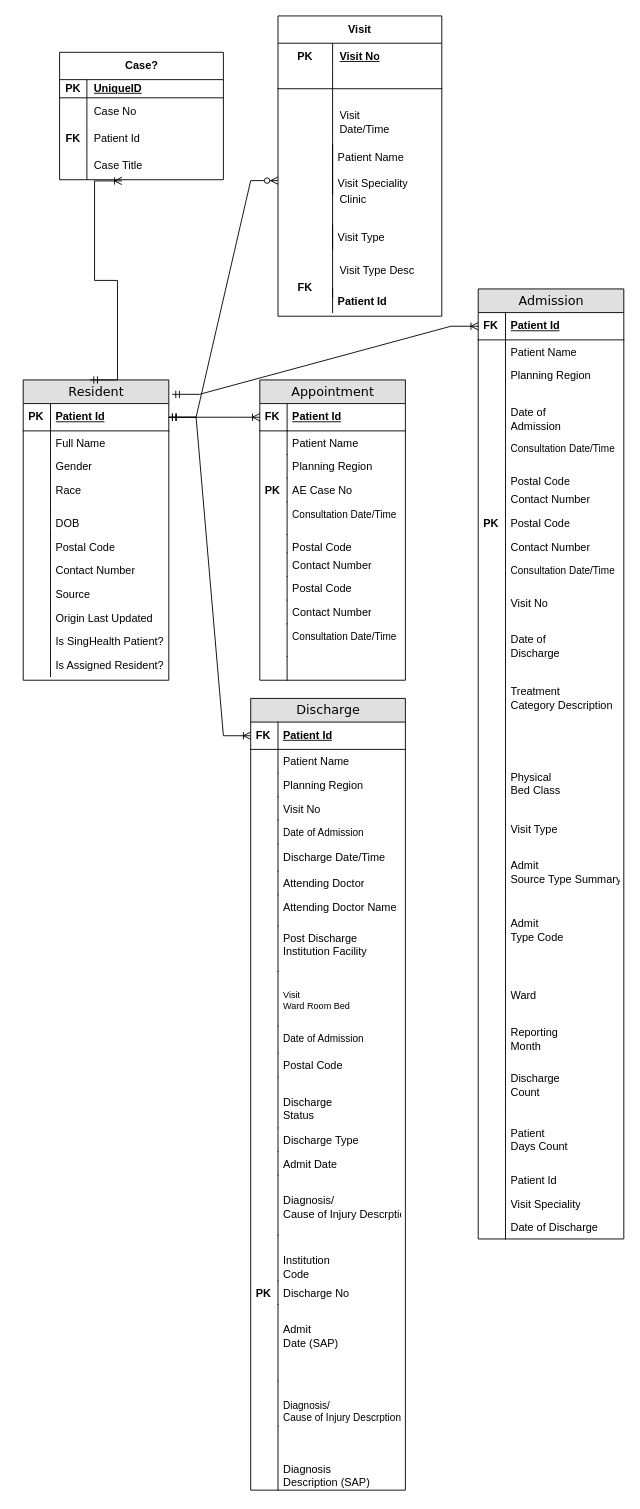
This is Design/eHints Entity Relationship Test.drawio from pavanmanideep/Tools, a draw.io file, before an edit. Source tidied: cells renumbered, new cells numbered last; positions are measured from the earlier drawing's top-left corner, leaving out a move shared by most shapes. Both pictures are drawn from the tidied source at 91%, with x=0, y=0 at pixel (23, 15).
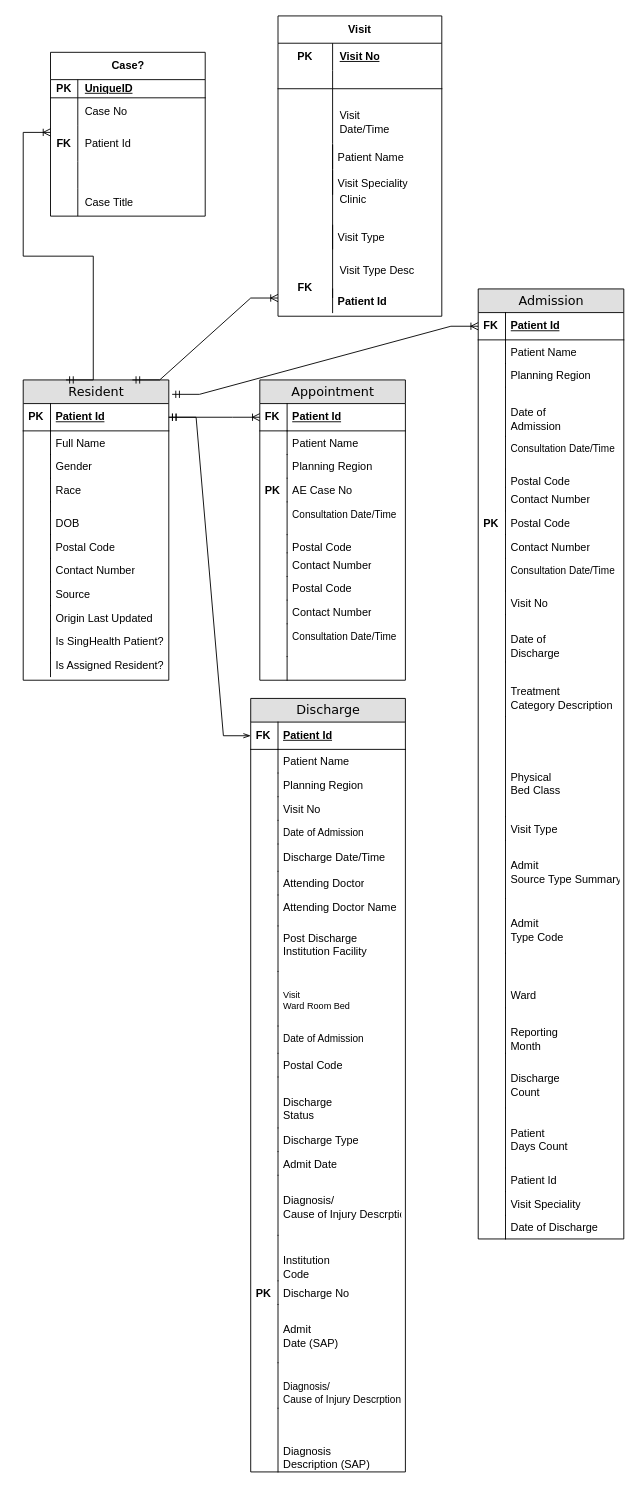
The same diagram, later.

Unchanged cells that the change refers to:
```xml
<mxCell id="2" value="Resident" style="swimlane;html=1;fontStyle=0;horizontal=1;startSize=26;fillColor=#e0e0e0;swimlaneFillColor=#ffffff;align=center;rounded=0;shadow=0;comic=0;labelBackgroundColor=none;strokeWidth=1;fontFamily=Verdana;fontSize=14;" parent="1" vertex="1">
  <mxGeometry y="400" width="160" height="330" as="geometry" />
</mxCell>
<mxCell id="3" value="Patient Id" style="shape=partialRectangle;top=0;left=0;right=0;bottom=1;html=1;align=left;verticalAlign=middle;fillColor=none;spacingLeft=34;spacingRight=4;whiteSpace=wrap;overflow=hidden;points=[[0,0.5],[1,0.5]];portConstraint=eastwest;fontStyle=5;" parent="2" vertex="1">
  <mxGeometry y="26" width="160" height="30" as="geometry" />
</mxCell>
<mxCell id="51" value="Patient Id" style="shape=partialRectangle;top=0;left=0;right=0;bottom=1;html=1;align=left;verticalAlign=middle;fillColor=none;spacingLeft=34;spacingRight=4;whiteSpace=wrap;overflow=hidden;points=[[0,0.5],[1,0.5]];portConstraint=eastwest;fontStyle=5;" parent="50" vertex="1">
  <mxGeometry y="26" width="170" height="30" as="geometry" />
</mxCell>
```

What changed in the source:
```diff
@@
     <mxCell id="50" value="Discharge" style="swimlane;html=1;fontStyle=0;horizontal=1;startSize=26;fillColor=#e0e0e0;swimlaneFillColor=#ffffff;align=center;rounded=0;shadow=0;comic=0;labelBackgroundColor=none;strokeWidth=1;fontFamily=Verdana;fontSize=14;" parent="1" vertex="1">
-      <mxGeometry x="250" y="750" width="170" height="870" as="geometry" />
+      <mxGeometry x="250" y="750" width="170" height="850" as="geometry" />
     </mxCell>
@@
     <mxCell id="87" value="&lt;table style=&quot;border-collapse:&lt;br/&gt; collapse;width:179pt&quot; width=&quot;238&quot; cellspacing=&quot;0&quot; cellpadding=&quot;0&quot; border=&quot;0&quot;&gt;&lt;tbody&gt;&lt;tr style=&quot;height:14.5pt&quot; height=&quot;19&quot;&gt;&lt;br/&gt;  &lt;td style=&quot;height:14.5pt;width:179pt&quot; width=&quot;238&quot; class=&quot;xl65&quot; height=&quot;19&quot;&gt;Admit&lt;br/&gt;  Date (SAP)&lt;/td&gt;&lt;/tr&gt;&lt;/tbody&gt;&lt;/table&gt;" style="shape=partialRectangle;top=0;left=0;right=0;bottom=0;html=1;align=left;verticalAlign=top;fillColor=none;spacingLeft=34;spacingRight=4;whiteSpace=wrap;overflow=hidden;" parent="50" vertex="1">
-      <mxGeometry y="666" width="170" height="84" as="geometry" />
+      <mxGeometry y="666" width="170" height="64" as="geometry" />
     </mxCell>
     <mxCell id="88" style="shape=partialRectangle;top=0;left=0;bottom=0;html=1;fillColor=none;align=left;verticalAlign=top;spacingLeft=4;spacingRight=4;whiteSpace=wrap;overflow=hidden;" parent="87" vertex="1">
-      <mxGeometry width="30" height="84" as="geometry" />
+      <mxGeometry width="30" height="64" as="geometry" />
     </mxCell>
     <mxCell id="89" value="&lt;font style=&quot;font-size: 11px;&quot;&gt;&lt;br&gt;&lt;/font&gt;&lt;table style=&quot;width: 179pt; font-size: 11px;&quot; width=&quot;238&quot; cellspacing=&quot;0&quot; cellpadding=&quot;0&quot; border=&quot;0&quot;&gt;&lt;tbody&gt;&lt;tr style=&quot;height:14.5pt&quot; height=&quot;19&quot;&gt;  &lt;td style=&quot;height:14.5pt;width:179pt&quot; width=&quot;238&quot; class=&quot;xl65&quot; height=&quot;19&quot;&gt;&lt;font style=&quot;font-size: 11px;&quot;&gt;Diagnosis/&lt;br&gt;  Cause of Injury Descrption&lt;/font&gt;&lt;/td&gt;&lt;/tr&gt;&lt;/tbody&gt;&lt;/table&gt;&lt;table style=&quot;width: 179pt; font-size: 11px;&quot; width=&quot;238&quot; cellspacing=&quot;0&quot; cellpadding=&quot;0&quot; border=&quot;0&quot;&gt;&lt;tbody&gt;&lt;tr style=&quot;height:14.5pt&quot; height=&quot;19&quot;&gt;&lt;td style=&quot;height:14.5pt;width:179pt&quot; width=&quot;238&quot; class=&quot;xl65&quot; height=&quot;19&quot;&gt;&lt;/td&gt;&lt;/tr&gt;&lt;/tbody&gt;&lt;/table&gt;" style="shape=partialRectangle;top=0;left=0;right=0;bottom=0;html=1;align=left;verticalAlign=top;fillColor=none;spacingLeft=34;spacingRight=4;whiteSpace=wrap;overflow=hidden;" parent="50" vertex="1">
-      <mxGeometry y="750" width="170" height="50" as="geometry" />
+      <mxGeometry y="730" width="170" height="50" as="geometry" />
     </mxCell>
@@
     <mxCell id="91" value="&lt;table style=&quot;border-collapse:&lt;br/&gt; collapse;width:179pt&quot; width=&quot;238&quot; cellspacing=&quot;0&quot; cellpadding=&quot;0&quot; border=&quot;0&quot;&gt;&lt;tbody&gt;&lt;tr style=&quot;height:14.5pt&quot; height=&quot;19&quot;&gt;&lt;td style=&quot;height:14.5pt;width:179pt&quot; width=&quot;238&quot; class=&quot;xl65&quot; height=&quot;19&quot;&gt;&lt;/td&gt;&lt;/tr&gt;&lt;/tbody&gt;&lt;/table&gt;&lt;table style=&quot;border-collapse:&lt;br/&gt; collapse;width:179pt&quot; width=&quot;238&quot; cellspacing=&quot;0&quot; cellpadding=&quot;0&quot; border=&quot;0&quot;&gt;&lt;tbody&gt;&lt;tr style=&quot;height:14.5pt&quot; height=&quot;19&quot;&gt;&lt;br/&gt;  &lt;td style=&quot;height:14.5pt;width:179pt&quot; width=&quot;238&quot; class=&quot;xl65&quot; height=&quot;19&quot;&gt;Diagnosis&lt;br/&gt;  Description (SAP)&lt;/td&gt;&lt;/tr&gt;&lt;/tbody&gt;&lt;/table&gt;" style="shape=partialRectangle;top=0;left=0;right=0;bottom=0;html=1;align=left;verticalAlign=top;fillColor=none;spacingLeft=34;spacingRight=4;whiteSpace=wrap;overflow=hidden;" parent="50" vertex="1">
-      <mxGeometry y="800" width="170" height="70" as="geometry" />
+      <mxGeometry y="780" width="170" height="70" as="geometry" />
     </mxCell>
@@
-    <mxCell id="93" style="edgeStyle=entityRelationEdgeStyle;fontSize=12;html=1;endArrow=ERzeroToMany;startArrow=ERmandOne;rounded=0;entryX=0;entryY=0.5;entryDx=0;entryDy=0;" parent="1" edge="1" source="3">
-      <mxGeometry relative="1" as="geometry">
-        <mxPoint x="280" y="181" as="targetPoint" />
-      </mxGeometry>
-    </mxCell>
@@
-    <mxCell id="95" style="edgeStyle=entityRelationEdgeStyle;fontSize=12;html=1;endArrow=ERoneToMany;startArrow=ERmandOne;rounded=0;exitX=1;exitY=0.5;exitDx=0;exitDy=0;entryX=0;entryY=0.5;entryDx=0;entryDy=0;" parent="1" edge="1" source="3" target="51">
+    <mxCell id="95" style="edgeStyle=entityRelationEdgeStyle;fontSize=12;html=1;endArrow=openThin;startArrow=ERmandOne;rounded=0;exitX=1;exitY=0.5;exitDx=0;exitDy=0;entryX=0;entryY=0.5;entryDx=0;entryDy=0;endFill=0;startFill=0;" parent="1" edge="1" source="3" target="51">
       <mxGeometry relative="1" as="geometry" />
     </mxCell>
@@
     <mxCell id="170" value="Case?" style="shape=table;startSize=30;childLayout=tableLayout;rowLines=0;fontStyle=1;align=center;html=1;" parent="1" vertex="1">
-      <mxGeometry x="40" y="40" width="180" height="140" as="geometry" />
+      <mxGeometry x="30" y="40" width="170" height="180" as="geometry" />
     </mxCell>
     <mxCell id="171" style="shape=tableRow;horizontal=0;startSize=0;swimlaneHead=0;swimlaneBody=0;fillColor=none;top=0;left=0;right=0;bottom=1;" parent="170" vertex="1">
-      <mxGeometry y="30" width="180" height="20" as="geometry" />
+      <mxGeometry y="30" width="170" height="20" as="geometry" />
     </mxCell>
@@
     <mxCell id="173" value="UniqueID" style="shape=partialRectangle;fillColor=none;top=0;left=0;bottom=0;right=0;align=left;spacingLeft=6;fontStyle=5;overflow=hidden;whiteSpace=wrap;html=1;" parent="171" vertex="1">
-      <mxGeometry x="30" width="150" height="20" as="geometry" />
+      <mxGeometry x="30" width="140" height="20" as="geometry" />
     </mxCell>
     <mxCell id="174" style="shape=tableRow;horizontal=0;startSize=0;swimlaneHead=0;swimlaneBody=0;fillColor=none;top=0;left=0;right=0;bottom=0;" parent="170" vertex="1">
-      <mxGeometry y="50" width="180" height="30" as="geometry" />
+      <mxGeometry y="50" width="170" height="30" as="geometry" />
     </mxCell>
@@
     <mxCell id="176" value="Case No" style="shape=partialRectangle;fillColor=none;top=0;left=0;bottom=0;right=0;align=left;spacingLeft=6;overflow=hidden;whiteSpace=wrap;html=1;" parent="174" vertex="1">
-      <mxGeometry x="30" width="150" height="30" as="geometry" />
+      <mxGeometry x="30" width="140" height="30" as="geometry" />
     </mxCell>
+    <mxCell id="184" style="shape=tableRow;horizontal=0;startSize=0;swimlaneHead=0;swimlaneBody=0;fillColor=none;top=0;left=0;right=0;bottom=0;" parent="170" vertex="1">
+      <mxGeometry y="80" width="170" height="40" as="geometry" />
+    </mxCell>
+    <mxCell id="185" value="&lt;b&gt;FK&lt;/b&gt;" style="shape=partialRectangle;fillColor=none;top=0;left=0;bottom=0;right=0;overflow=hidden;whiteSpace=wrap;html=1;" parent="184" vertex="1">
+      <mxGeometry width="30" height="40" as="geometry" />
+    </mxCell>
+    <mxCell id="186" value="Patient Id" style="shape=partialRectangle;fillColor=none;top=0;left=0;bottom=0;right=0;align=left;spacingLeft=6;overflow=hidden;whiteSpace=wrap;html=1;" parent="184" vertex="1">
+      <mxGeometry x="30" width="140" height="40" as="geometry" />
+    </mxCell>
     <mxCell id="177" style="shape=tableRow;horizontal=0;startSize=0;swimlaneHead=0;swimlaneBody=0;fillColor=none;top=0;left=0;right=0;bottom=0;" parent="170" vertex="1">
-      <mxGeometry y="80" width="180" height="30" as="geometry" />
+      <mxGeometry y="120" width="170" height="30" as="geometry" />
     </mxCell>
-    <mxCell id="178" value="&lt;b&gt;FK&lt;/b&gt;" style="shape=partialRectangle;fillColor=none;top=0;left=0;bottom=0;right=0;overflow=hidden;whiteSpace=wrap;html=1;" parent="177" vertex="1">
+    <mxCell id="178" style="shape=partialRectangle;fillColor=none;top=0;left=0;bottom=0;right=0;overflow=hidden;whiteSpace=wrap;html=1;" parent="177" vertex="1">
       <mxGeometry width="30" height="30" as="geometry" />
     </mxCell>
-    <mxCell id="179" value="Patient Id" style="shape=partialRectangle;fillColor=none;top=0;left=0;bottom=0;right=0;align=left;spacingLeft=6;overflow=hidden;whiteSpace=wrap;html=1;" parent="177" vertex="1">
-      <mxGeometry x="30" width="150" height="30" as="geometry" />
+    <mxCell id="179" style="shape=partialRectangle;fillColor=none;top=0;left=0;bottom=0;right=0;align=left;spacingLeft=6;overflow=hidden;whiteSpace=wrap;html=1;" parent="177" vertex="1">
+      <mxGeometry x="30" width="140" height="30" as="geometry" />
     </mxCell>
     <mxCell id="180" style="shape=tableRow;horizontal=0;startSize=0;swimlaneHead=0;swimlaneBody=0;fillColor=none;points=[[0,0.5],[1,0.5]];portConstraint=eastwest;top=0;left=0;right=0;bottom=0;" parent="170" vertex="1">
-      <mxGeometry y="110" width="180" height="30" as="geometry" />
+      <mxGeometry y="150" width="170" height="30" as="geometry" />
     </mxCell>
@@
     <mxCell id="182" value="Case Title" style="shape=partialRectangle;fillColor=none;top=0;left=0;bottom=0;right=0;align=left;spacingLeft=6;overflow=hidden;whiteSpace=wrap;html=1;" parent="180" vertex="1">
-      <mxGeometry x="30" width="150" height="30" as="geometry" />
+      <mxGeometry x="30" width="140" height="30" as="geometry" />
     </mxCell>
-    <mxCell id="183" style="edgeStyle=entityRelationEdgeStyle;fontSize=12;html=1;endArrow=ERoneToMany;startArrow=ERmandOne;rounded=0;exitX=0.46;exitY=0;exitDx=0;exitDy=0;exitPerimeter=0;entryX=0.38;entryY=1.044;entryDx=0;entryDy=0;entryPerimeter=0;" parent="1" edge="1" source="2" target="180">
-      <mxGeometry relative="1" as="geometry">
-        <Array as="points">
-          <mxPoint x="60" y="390" />
-          <mxPoint x="120" y="240" />
-        </Array>
-      </mxGeometry>
-    </mxCell>
+    <mxCell id="187" style="edgeStyle=entityRelationEdgeStyle;fontSize=12;html=1;endArrow=ERoneToMany;startArrow=ERmandOne;rounded=0;" parent="1" edge="1">
+      <mxGeometry relative="1" as="geometry">
+        <mxPoint x="47" y="400" as="sourcePoint" />
+        <mxPoint x="30" y="128" as="targetPoint" />
+        <Array as="points">
+          <mxPoint x="45" y="393.3" />
+          <mxPoint y="268" />
+          <mxPoint y="248" />
+          <mxPoint x="10" y="188" />
+          <mxPoint x="225" y="158.3" />
+          <mxPoint x="110" y="178" />
+        </Array>
+      </mxGeometry>
+    </mxCell>
+    <mxCell id="188" style="edgeStyle=entityRelationEdgeStyle;fontSize=12;html=1;endArrow=ERoneToMany;startArrow=ERmandOne;rounded=0;exitX=0.75;exitY=0;exitDx=0;exitDy=0;" parent="1" edge="1" source="2">
+      <mxGeometry relative="1" as="geometry">
+        <mxPoint x="280" y="310" as="targetPoint" />
+        <Array as="points">
+          <mxPoint x="110" y="405" />
+          <mxPoint x="290" y="170" />
+        </Array>
+      </mxGeometry>
+    </mxCell>
```
